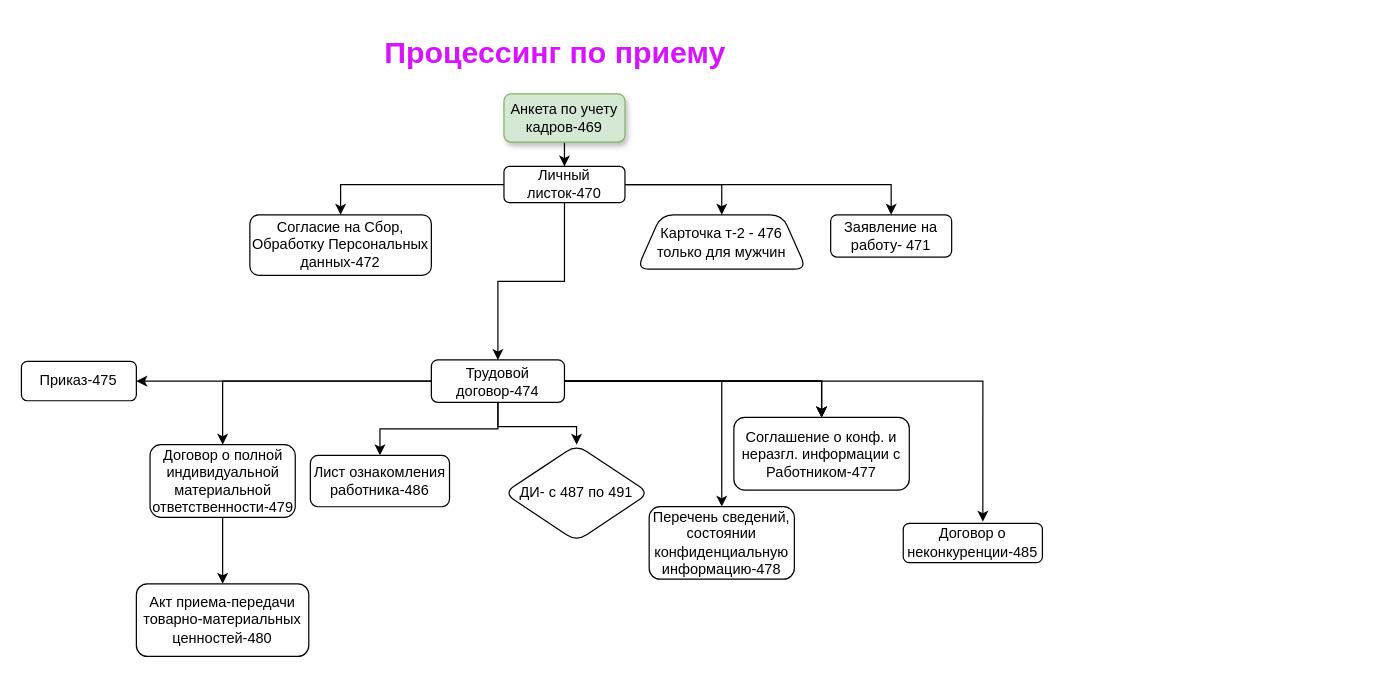
Zhailay/kdo-diagram keeps this draw.io diagram as Диаграмма без названия.drawio. Above is the earlier version. Source tidied: cells renumbered, new cells numbered last; positions are measured from the earlier drawing's top-left corner, leaving out a move shared by most shapes. Both pictures are drawn from the tidied source at 121%, with x=0, y=0 at pixel (21, 21).
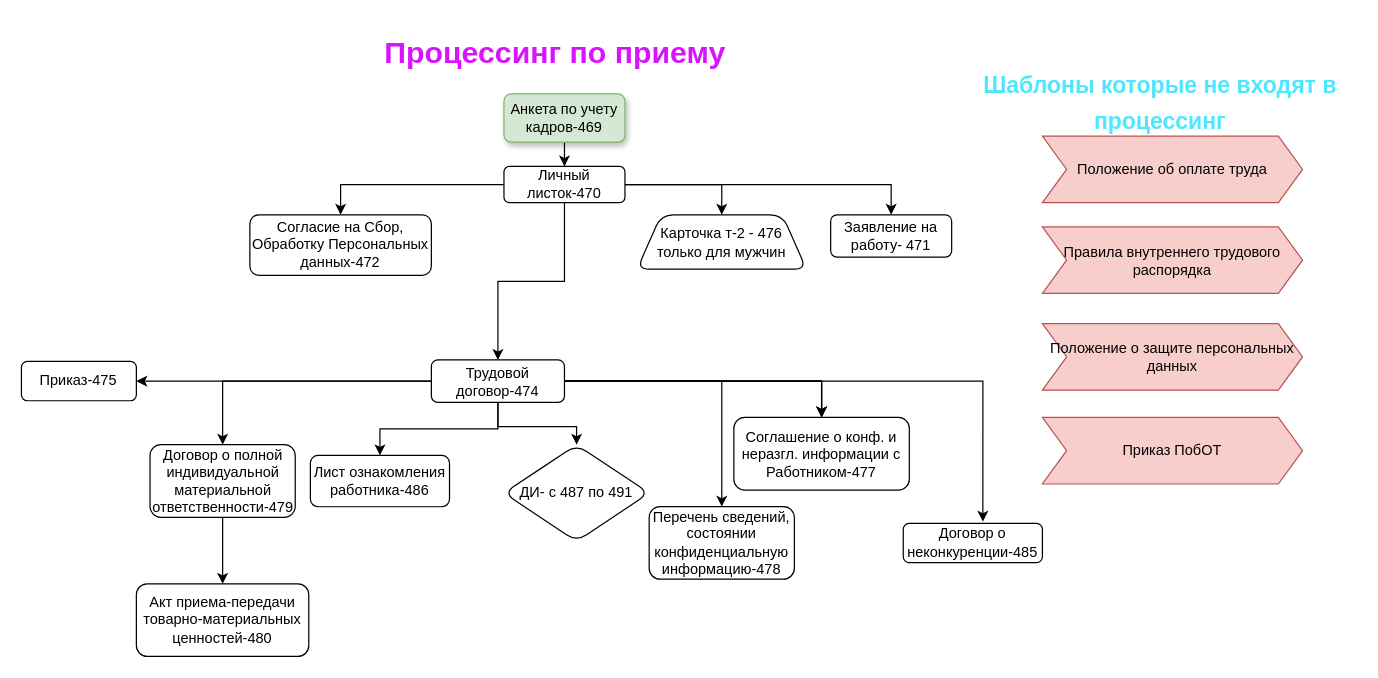
After the change.

Change to the diagram source:
```diff
@@
+    <mxCell id="32" value="Положение об оплате труда" style="shape=step;perimeter=stepPerimeter;whiteSpace=wrap;html=1;fixedSize=1;fillColor=#f8cecc;strokeColor=#b85450;" parent="1" vertex="1">
+      <mxGeometry x="844" y="95" width="215" height="55" as="geometry" />
+    </mxCell>
+    <mxCell id="33" value="Правила внутреннего трудового распорядка" style="shape=step;perimeter=stepPerimeter;whiteSpace=wrap;html=1;fixedSize=1;fillColor=#f8cecc;strokeColor=#b85450;" parent="1" vertex="1">
+      <mxGeometry x="844" y="170" width="215" height="55" as="geometry" />
+    </mxCell>
+    <mxCell id="34" value="Положение о защите персональных данных" style="shape=step;perimeter=stepPerimeter;whiteSpace=wrap;html=1;fixedSize=1;fillColor=#f8cecc;strokeColor=#b85450;" parent="1" vertex="1">
+      <mxGeometry x="844" y="250" width="215" height="55" as="geometry" />
+    </mxCell>
+    <mxCell id="35" value="Приказ ПобОТ" style="shape=step;perimeter=stepPerimeter;whiteSpace=wrap;html=1;fixedSize=1;fillColor=#f8cecc;strokeColor=#b85450;" parent="1" vertex="1">
+      <mxGeometry x="844" y="327.5" width="215" height="55" as="geometry" />
+    </mxCell>
+    <mxCell id="36" value="&lt;b style=&quot;font-size: 19px;&quot;&gt;Шаблоны которые не входят в процессинг&lt;/b&gt;" style="text;html=1;align=center;verticalAlign=middle;whiteSpace=wrap;rounded=0;fontSize=25;fontColor=#4DE7FF;" parent="1" vertex="1">
+      <mxGeometry x="779" y="40" width="325" height="50" as="geometry" />
+    </mxCell>
```
